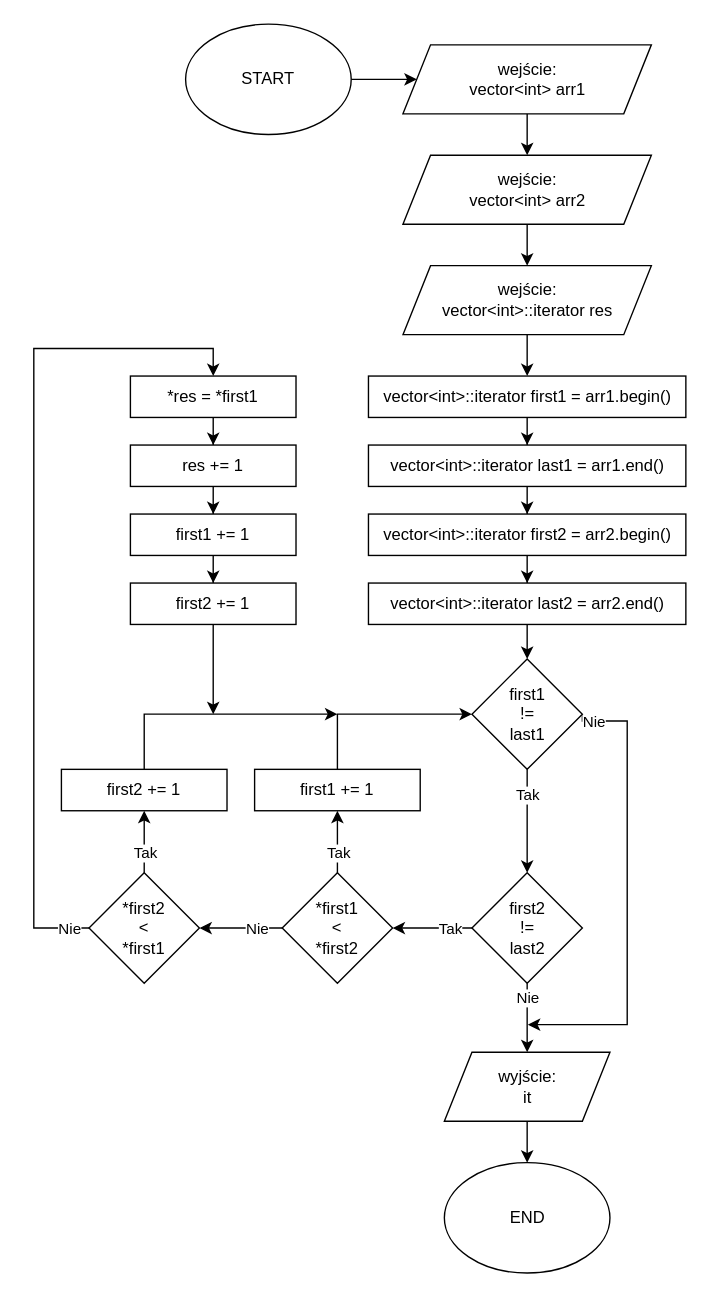
Earlier version of the draw.io diagram flowcharts/drawio/ad schemat 2 - intersekcja.drawio (ReijiY/AiSD-Pro1). Source tidied: cells renumbered, new cells numbered last; positions are measured from the earlier drawing's top-left corner, leaving out a move shared by most shapes. Both pictures are drawn from the tidied source at 138%, with x=0, y=0 at pixel (33, 23).
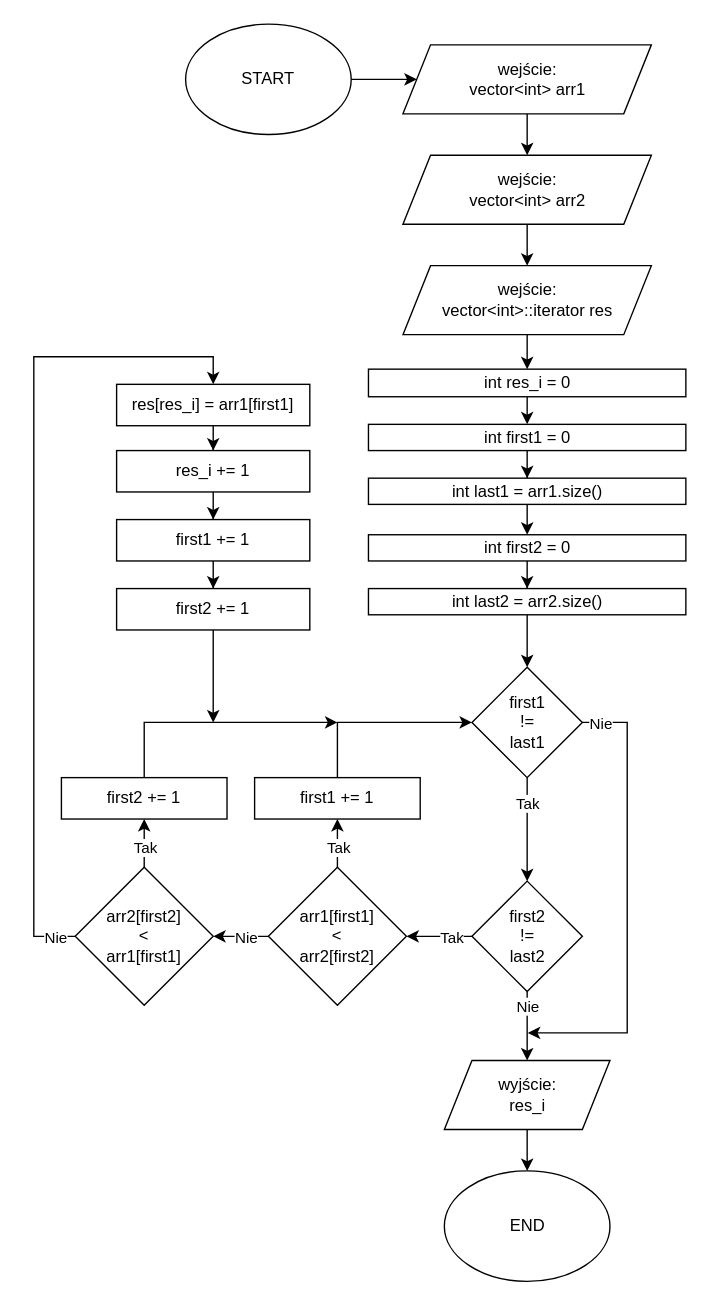
After the change.

Unchanged cells that the change refers to:
```xml
<mxCell id="14" value="wejście:&lt;br&gt;vector&amp;lt;int&amp;gt;::iterator res" style="shape=parallelogram;perimeter=parallelogramPerimeter;whiteSpace=wrap;html=1;fixedSize=1;" parent="1" vertex="1">
  <mxGeometry x="267.5" y="175" width="180" height="50" as="geometry" />
</mxCell>
```

The edit, as a diff of the source:
```diff
@@
     <mxCell id="4" value="END" style="ellipse;whiteSpace=wrap;html=1;" parent="1" vertex="1">
-      <mxGeometry x="297.5" y="825" width="120" height="80" as="geometry" />
+      <mxGeometry x="297.5" y="831" width="120" height="80" as="geometry" />
     </mxCell>
@@
-    <mxCell id="8" value="wyjście:&lt;br&gt;it" style="shape=parallelogram;perimeter=parallelogramPerimeter;whiteSpace=wrap;html=1;fixedSize=1;" parent="1" vertex="1">
-      <mxGeometry x="297.5" y="745" width="120" height="50" as="geometry" />
+    <mxCell id="8" value="wyjście:&lt;br&gt;res_i" style="shape=parallelogram;perimeter=parallelogramPerimeter;whiteSpace=wrap;html=1;fixedSize=1;" parent="1" vertex="1">
+      <mxGeometry x="297.5" y="751" width="120" height="50" as="geometry" />
     </mxCell>
@@
-    <mxCell id="12" value="vector&amp;lt;int&amp;gt;::iterator first1 = arr1.begin()" style="whiteSpace=wrap;html=1;" parent="1" vertex="1">
-      <mxGeometry x="242.5" y="255" width="230" height="30" as="geometry" />
+    <mxCell id="12" value="int first1 = 0" style="whiteSpace=wrap;html=1;" parent="1" vertex="1">
+      <mxGeometry x="242.5" y="290" width="230" height="19" as="geometry" />
     </mxCell>
-    <mxCell id="13" style="edgeStyle=orthogonalEdgeStyle;rounded=0;jettySize=auto;html=1;entryX=0.5;entryY=0;entryDx=0;entryDy=0;" parent="1" edge="1" source="14" target="12">
-      <mxGeometry relative="1" as="geometry" />
-    </mxCell>
+    <mxCell id="53" style="edgeStyle=orthogonalEdgeStyle;rounded=0;jettySize=auto;html=1;exitX=0.5;exitY=1;exitDx=0;exitDy=0;entryX=0.5;entryY=0;entryDx=0;entryDy=0;" parent="1" edge="1" source="14" target="55">
+      <mxGeometry relative="1" as="geometry" />
+    </mxCell>
@@
-    <mxCell id="16" value="vector&amp;lt;int&amp;gt;::iterator last1 = arr1.end()" style="whiteSpace=wrap;html=1;" parent="1" vertex="1">
-      <mxGeometry x="242.5" y="305" width="230" height="30" as="geometry" />
+    <mxCell id="16" value="int last1 = arr1.size()" style="whiteSpace=wrap;html=1;" parent="1" vertex="1">
+      <mxGeometry x="242.5" y="329" width="230" height="19" as="geometry" />
     </mxCell>
@@
-    <mxCell id="18" value="vector&amp;lt;int&amp;gt;::iterator first2 = arr2.begin()" style="whiteSpace=wrap;html=1;" parent="1" vertex="1">
-      <mxGeometry x="242.5" y="355" width="230" height="30" as="geometry" />
+    <mxCell id="18" value="int first2 = 0" style="whiteSpace=wrap;html=1;" parent="1" vertex="1">
+      <mxGeometry x="242.5" y="370" width="230" height="19" as="geometry" />
     </mxCell>
@@
-    <mxCell id="20" value="vector&amp;lt;int&amp;gt;::iterator last2 = arr2.end()" style="whiteSpace=wrap;html=1;" parent="1" vertex="1">
-      <mxGeometry x="242.5" y="405" width="230" height="30" as="geometry" />
+    <mxCell id="20" value="int last2 = arr2.size()" style="whiteSpace=wrap;html=1;" parent="1" vertex="1">
+      <mxGeometry x="242.5" y="409" width="230" height="19" as="geometry" />
     </mxCell>
@@
     <mxCell id="23" style="edgeStyle=orthogonalEdgeStyle;rounded=0;jettySize=auto;html=1;exitX=1;exitY=0.5;exitDx=0;exitDy=0;" parent="1" edge="1" source="25">
       <mxGeometry relative="1" as="geometry">
-        <mxPoint x="358" y="725" as="targetPoint" />
+        <mxPoint x="358" y="731" as="targetPoint" />
         <Array as="points">
-          <mxPoint x="430" y="505" />
-          <mxPoint x="430" y="725" />
+          <mxPoint x="430" y="506" />
+          <mxPoint x="430" y="731" />
         </Array>
       </mxGeometry>
     </mxCell>
@@
     <mxCell id="25" value="first1&lt;br&gt;!=&lt;br&gt;last1" style="rhombus;whiteSpace=wrap;html=1;" parent="1" vertex="1">
-      <mxGeometry x="317.5" y="460" width="80" height="80" as="geometry" />
+      <mxGeometry x="317.5" y="466" width="80" height="80" as="geometry" />
     </mxCell>
@@
     <mxCell id="30" value="first2&lt;br&gt;!=&lt;br&gt;last2" style="rhombus;whiteSpace=wrap;html=1;" parent="1" vertex="1">
-      <mxGeometry x="317.5" y="615" width="80" height="80" as="geometry" />
+      <mxGeometry x="317.5" y="621" width="80" height="80" as="geometry" />
     </mxCell>
@@
-    <mxCell id="35" value="*first1&lt;br&gt;&amp;lt;&lt;br&gt;*first2" style="rhombus;whiteSpace=wrap;html=1;" parent="1" vertex="1">
-      <mxGeometry x="180" y="615" width="80" height="80" as="geometry" />
+    <mxCell id="35" value="arr1[first1]&lt;br&gt;&amp;lt;&lt;br&gt;arr2[first2]" style="rhombus;whiteSpace=wrap;html=1;" parent="1" vertex="1">
+      <mxGeometry x="170" y="611" width="100" height="100" as="geometry" />
     </mxCell>
     <mxCell id="36" style="edgeStyle=orthogonalEdgeStyle;rounded=0;jettySize=auto;html=1;entryX=0;entryY=0.5;entryDx=0;entryDy=0;" parent="1" edge="1" source="37" target="25">
       <mxGeometry relative="1" as="geometry">
         <Array as="points">
-          <mxPoint x="220" y="500" />
+          <mxPoint x="220" y="506" />
         </Array>
       </mxGeometry>
     </mxCell>
     <mxCell id="37" value="first1 += 1" style="rounded=0;whiteSpace=wrap;html=1;" parent="1" vertex="1">
-      <mxGeometry x="160" y="540" width="120" height="30" as="geometry" />
+      <mxGeometry x="160" y="546" width="120" height="30" as="geometry" />
     </mxCell>
@@
     <mxCell id="40" style="edgeStyle=orthogonalEdgeStyle;rounded=0;jettySize=auto;html=1;entryX=0.5;entryY=0;entryDx=0;entryDy=0;" parent="1" edge="1" source="42" target="46">
       <mxGeometry relative="1" as="geometry">
         <Array as="points">
-          <mxPoint y="655" />
-          <mxPoint y="235" />
-          <mxPoint x="130" y="235" />
+          <mxPoint y="661" />
+          <mxPoint y="241" />
+          <mxPoint x="130" y="241" />
         </Array>
       </mxGeometry>
     </mxCell>
@@
-    <mxCell id="42" value="*first2&lt;br&gt;&amp;lt;&lt;br&gt;*first1" style="rhombus;whiteSpace=wrap;html=1;" parent="1" vertex="1">
-      <mxGeometry x="40" y="615" width="80" height="80" as="geometry" />
+    <mxCell id="42" value="arr2[first2]&lt;br&gt;&amp;lt;&lt;br&gt;arr1[first1]" style="rhombus;whiteSpace=wrap;html=1;" parent="1" vertex="1">
+      <mxGeometry x="30" y="611" width="100" height="100" as="geometry" />
     </mxCell>
     <mxCell id="43" style="edgeStyle=orthogonalEdgeStyle;rounded=0;jettySize=auto;html=1;" parent="1" edge="1" source="44">
       <mxGeometry relative="1" as="geometry">
-        <mxPoint x="220" y="500" as="targetPoint" />
+        <mxPoint x="220" y="506" as="targetPoint" />
         <Array as="points">
-          <mxPoint x="80" y="500" />
-          <mxPoint x="220" y="500" />
+          <mxPoint x="80" y="506" />
+          <mxPoint x="220" y="506" />
         </Array>
       </mxGeometry>
     </mxCell>
     <mxCell id="44" value="first2 += 1" style="rounded=0;whiteSpace=wrap;html=1;" parent="1" vertex="1">
-      <mxGeometry x="20" y="540" width="120" height="30" as="geometry" />
+      <mxGeometry x="20" y="546" width="120" height="30" as="geometry" />
     </mxCell>
@@
-    <mxCell id="46" value="*res = *first1" style="rounded=0;whiteSpace=wrap;html=1;" parent="1" vertex="1">
-      <mxGeometry x="70" y="255" width="120" height="30" as="geometry" />
+    <mxCell id="46" value="res[res_i] = arr1[first1]" style="rounded=0;whiteSpace=wrap;html=1;" parent="1" vertex="1">
+      <mxGeometry x="60" y="261" width="140" height="30" as="geometry" />
     </mxCell>
@@
-    <mxCell id="48" value="res += 1" style="rounded=0;whiteSpace=wrap;html=1;" parent="1" vertex="1">
-      <mxGeometry x="70" y="305" width="120" height="30" as="geometry" />
+    <mxCell id="48" value="res_i += 1" style="rounded=0;whiteSpace=wrap;html=1;" parent="1" vertex="1">
+      <mxGeometry x="60" y="309" width="140" height="30" as="geometry" />
     </mxCell>
@@
     <mxCell id="50" value="first1 += 1" style="rounded=0;whiteSpace=wrap;html=1;" parent="1" vertex="1">
-      <mxGeometry x="70" y="355" width="120" height="30" as="geometry" />
+      <mxGeometry x="60" y="359" width="140" height="30" as="geometry" />
     </mxCell>
     <mxCell id="51" style="edgeStyle=orthogonalEdgeStyle;rounded=0;jettySize=auto;html=1;" parent="1" edge="1" source="52">
       <mxGeometry relative="1" as="geometry">
-        <mxPoint x="130" y="500" as="targetPoint" />
+        <mxPoint x="130" y="506" as="targetPoint" />
       </mxGeometry>
     </mxCell>
     <mxCell id="52" value="first2 += 1" style="rounded=0;whiteSpace=wrap;html=1;" parent="1" vertex="1">
-      <mxGeometry x="70" y="405" width="120" height="30" as="geometry" />
+      <mxGeometry x="60" y="409" width="140" height="30" as="geometry" />
     </mxCell>
+    <mxCell id="54" style="edgeStyle=orthogonalEdgeStyle;rounded=0;jettySize=auto;html=1;exitX=0.5;exitY=1;exitDx=0;exitDy=0;entryX=0.5;entryY=0;entryDx=0;entryDy=0;" parent="1" edge="1" source="55" target="12">
+      <mxGeometry relative="1" as="geometry" />
+    </mxCell>
+    <mxCell id="55" value="int res_i = 0" style="whiteSpace=wrap;html=1;" parent="1" vertex="1">
+      <mxGeometry x="242.5" y="250" width="230" height="20" as="geometry" />
+    </mxCell>
```
